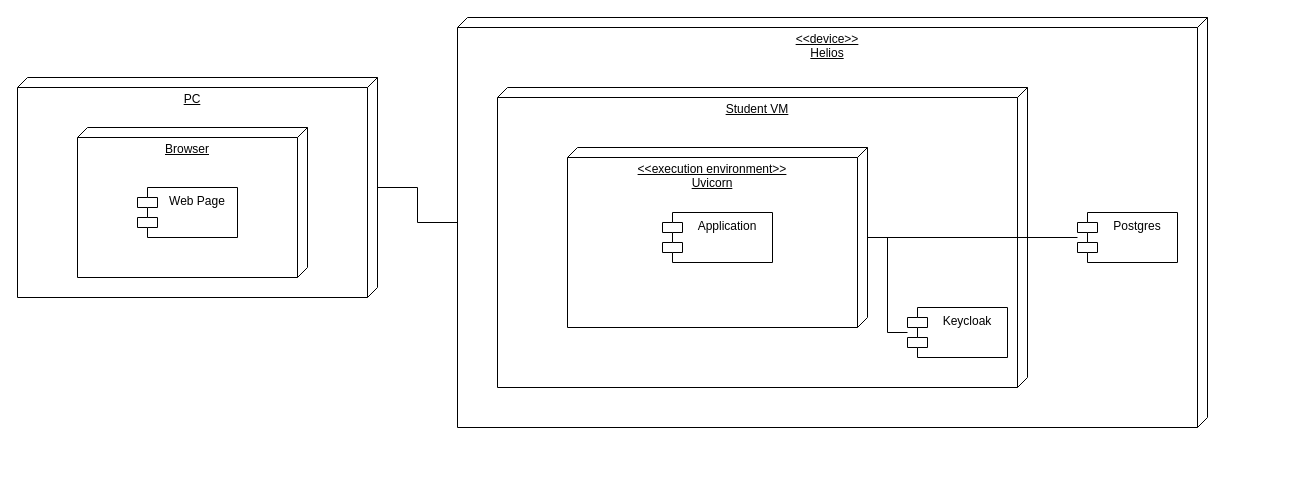
Before: magistracy/software-engeneering-methodology/diagrams/Deployment.drawio in GulDilin/itmo, a draw.io diagram. Source tidied: cells renumbered, new cells numbered last; positions are measured from the earlier drawing's top-left corner, leaving out a move shared by most shapes. Both pictures are drawn from the tidied source at 100%, with x=0, y=0 at pixel (17, 17).
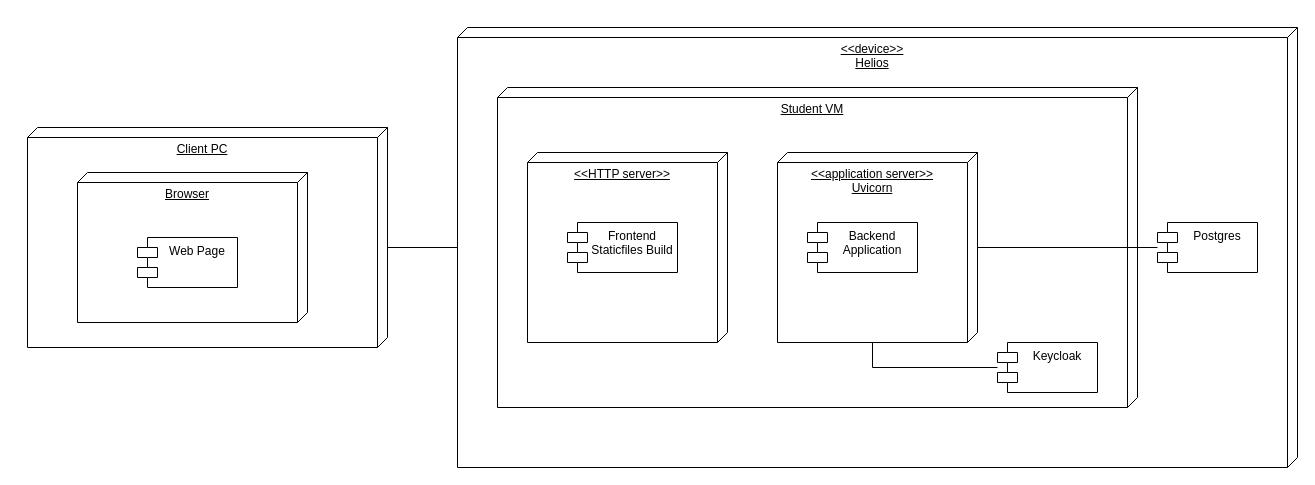
The same page after the edit.

What changed in the source:
```diff
@@
 <mxGraphModel>
   <root>
     <mxCell id="0" />
     <mxCell id="1" parent="0" />
     <mxCell id="2" value="&amp;lt;&amp;lt;device&amp;gt;&amp;gt;&lt;br&gt;Helios" style="verticalAlign=top;align=center;spacingTop=8;spacingLeft=2;spacingRight=12;shape=cube;size=10;direction=south;fontStyle=4;html=1;whiteSpace=wrap;" parent="1" vertex="1">
-      <mxGeometry x="440" width="750" height="410" as="geometry" />
+      <mxGeometry x="440" y="10" width="840" height="440" as="geometry" />
     </mxCell>
     <mxCell id="3" value="Student VM" style="verticalAlign=top;align=center;spacingTop=8;spacingLeft=2;spacingRight=12;shape=cube;size=10;direction=south;fontStyle=4;html=1;whiteSpace=wrap;" parent="1" vertex="1">
-      <mxGeometry x="480" y="70" width="530" height="300" as="geometry" />
+      <mxGeometry x="480" y="70" width="640" height="320" as="geometry" />
     </mxCell>
-    <mxCell id="4" style="edgeStyle=orthogonalEdgeStyle;rounded=0;jettySize=auto;html=1;endArrow=none;endFill=0;" parent="1" edge="1" source="2" target="5">
-      <mxGeometry relative="1" as="geometry" />
+    <mxCell id="4" style="edgeStyle=orthogonalEdgeStyle;rounded=0;jettySize=auto;html=1;endArrow=none;endFill=0;" parent="1" edge="1" source="2">
+      <mxGeometry relative="1" as="geometry">
+        <mxPoint x="370" y="230" as="targetPoint" />
+      </mxGeometry>
     </mxCell>
-    <mxCell id="5" value="PC" style="verticalAlign=top;align=center;spacingTop=8;spacingLeft=2;spacingRight=12;shape=cube;size=10;direction=south;fontStyle=4;html=1;whiteSpace=wrap;" parent="1" vertex="1">
-      <mxGeometry y="60" width="360" height="220" as="geometry" />
+    <mxCell id="5" value="Client PC" style="verticalAlign=top;align=center;spacingTop=8;spacingLeft=2;spacingRight=12;shape=cube;size=10;direction=south;fontStyle=4;html=1;whiteSpace=wrap;" parent="1" vertex="1">
+      <mxGeometry x="10" y="110" width="360" height="220" as="geometry" />
     </mxCell>
     <mxCell id="6" value="Browser" style="verticalAlign=top;align=center;spacingTop=8;spacingLeft=2;spacingRight=12;shape=cube;size=10;direction=south;fontStyle=4;html=1;whiteSpace=wrap;" parent="1" vertex="1">
-      <mxGeometry x="60" y="110" width="230" height="150" as="geometry" />
+      <mxGeometry x="60" y="155" width="230" height="150" as="geometry" />
     </mxCell>
     <mxCell id="7" style="edgeStyle=orthogonalEdgeStyle;rounded=0;jettySize=auto;html=1;endArrow=none;endFill=0;" parent="1" edge="1" source="9" target="12">
       <mxGeometry relative="1" as="geometry" />
     </mxCell>
-    <mxCell id="8" style="edgeStyle=orthogonalEdgeStyle;rounded=0;jettySize=auto;html=1;endArrow=none;endFill=0;" parent="1" edge="1" source="9" target="13">
+    <mxCell id="8" style="edgeStyle=orthogonalEdgeStyle;rounded=0;jettySize=auto;html=1;endArrow=none;endFill=0;exitX=0;exitY=0;exitDx=190;exitDy=105;exitPerimeter=0;" parent="1" edge="1" source="9" target="13">
       <mxGeometry relative="1" as="geometry" />
     </mxCell>
-    <mxCell id="9" value="&amp;lt;&amp;lt;execution environment&amp;gt;&amp;gt;&lt;br&gt;Uvicorn" style="verticalAlign=top;align=center;spacingTop=8;spacingLeft=2;spacingRight=12;shape=cube;size=10;direction=south;fontStyle=4;html=1;whiteSpace=wrap;" parent="1" vertex="1">
-      <mxGeometry x="550" y="130" width="300" height="180" as="geometry" />
+    <mxCell id="9" value="&amp;lt;&amp;lt;application server&amp;gt;&amp;gt;&lt;br&gt;Uvicorn" style="verticalAlign=top;align=center;spacingTop=8;spacingLeft=2;spacingRight=12;shape=cube;size=10;direction=south;fontStyle=4;html=1;whiteSpace=wrap;" parent="1" vertex="1">
+      <mxGeometry x="760" y="135" width="200" height="190" as="geometry" />
     </mxCell>
     <mxCell id="10" value="Web Page" style="shape=module;align=left;spacingLeft=20;align=center;verticalAlign=top;whiteSpace=wrap;html=1;" parent="1" vertex="1">
-      <mxGeometry x="120" y="170" width="100" height="50" as="geometry" />
+      <mxGeometry x="120" y="220" width="100" height="50" as="geometry" />
     </mxCell>
-    <mxCell id="11" value="Application" style="shape=module;align=left;spacingLeft=20;align=center;verticalAlign=top;whiteSpace=wrap;html=1;" parent="1" vertex="1">
-      <mxGeometry x="645" y="195" width="110" height="50" as="geometry" />
+    <mxCell id="11" value="Backend Application" style="shape=module;align=left;spacingLeft=20;align=center;verticalAlign=top;whiteSpace=wrap;html=1;" parent="1" vertex="1">
+      <mxGeometry x="790" y="205" width="110" height="50" as="geometry" />
     </mxCell>
     <mxCell id="12" value="Postgres" style="shape=module;align=left;spacingLeft=20;align=center;verticalAlign=top;whiteSpace=wrap;html=1;" parent="1" vertex="1">
-      <mxGeometry x="1060" y="195" width="100" height="50" as="geometry" />
+      <mxGeometry x="1140" y="205" width="100" height="50" as="geometry" />
     </mxCell>
     <mxCell id="13" value="Keycloak" style="shape=module;align=left;spacingLeft=20;align=center;verticalAlign=top;whiteSpace=wrap;html=1;" parent="1" vertex="1">
-      <mxGeometry x="890" y="290" width="100" height="50" as="geometry" />
+      <mxGeometry x="980" y="325" width="100" height="50" as="geometry" />
     </mxCell>
+    <mxCell id="14" value="&amp;lt;&amp;lt;HTTP server&amp;gt;&amp;gt;&lt;br&gt;" style="verticalAlign=top;align=center;spacingTop=8;spacingLeft=2;spacingRight=12;shape=cube;size=10;direction=south;fontStyle=4;html=1;whiteSpace=wrap;" parent="1" vertex="1">
+      <mxGeometry x="510" y="135" width="200" height="190" as="geometry" />
+    </mxCell>
+    <mxCell id="15" value="Frontend Staticfiles Build" style="shape=module;align=left;spacingLeft=20;align=center;verticalAlign=top;whiteSpace=wrap;html=1;" parent="1" vertex="1">
+      <mxGeometry x="550" y="205" width="110" height="50" as="geometry" />
+    </mxCell>
   </root>
 </mxGraphModel>
```
